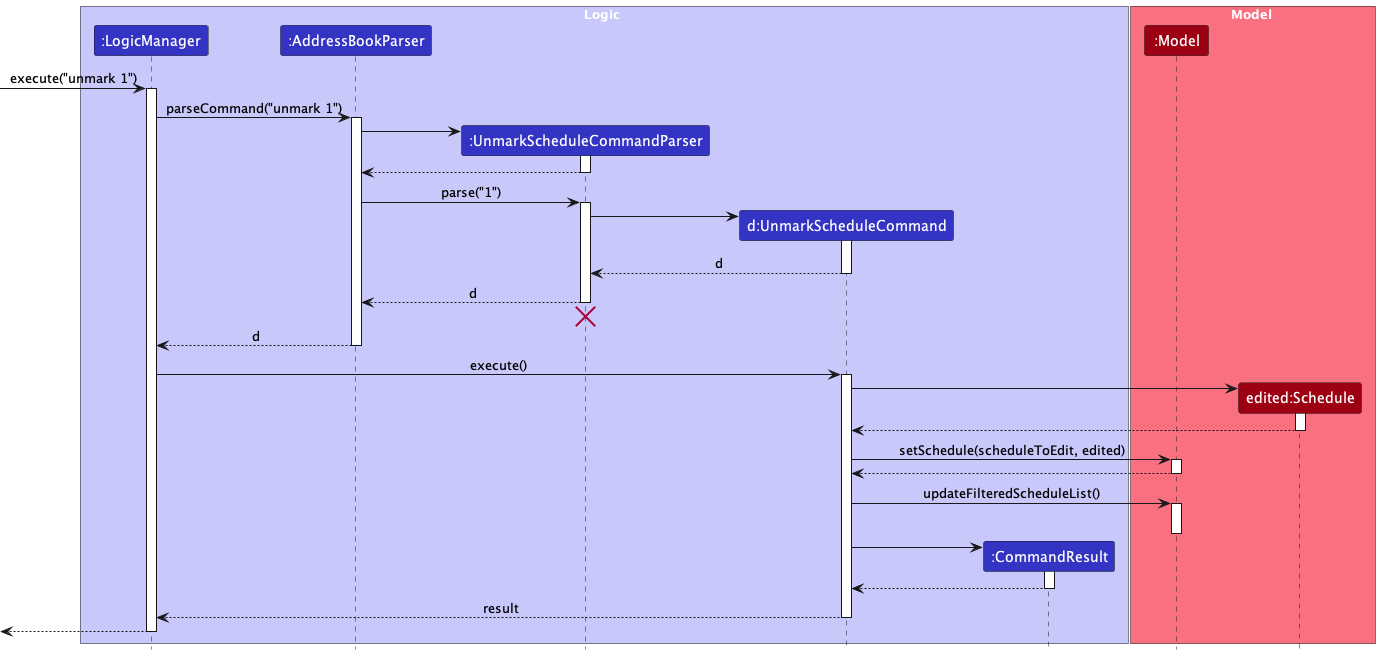
This is docs/images/UnmarkScheduleSequenceDiagram.png from nus-cs2103-AY2324S1/tp, a PlantUML export, as it was before one commit.
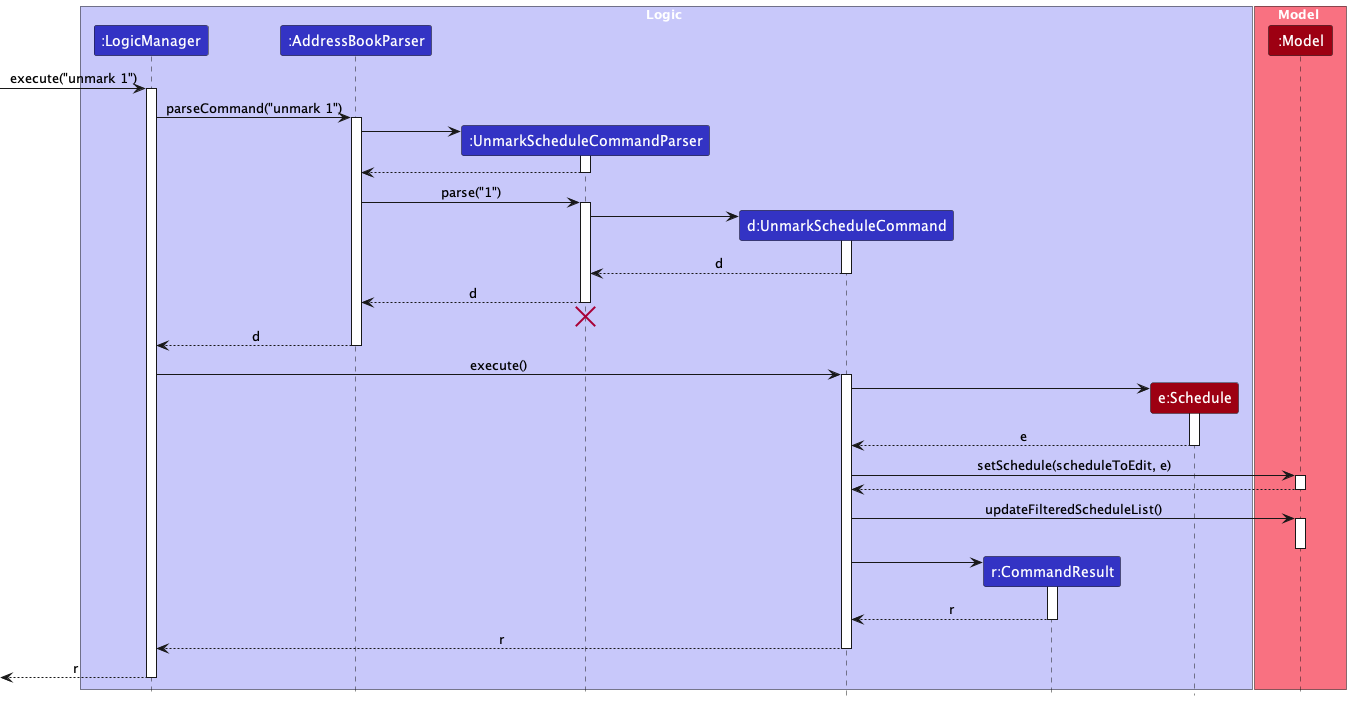
The same diagram one commit later.

What changed in the source:
```diff
@@ -7,12 +7,13 @@
 participant ":AddressBookParser" as AddressBookParser LOGIC_COLOR
 participant ":UnmarkScheduleCommandParser" as UnmarkScheduleCommandParser LOGIC_COLOR
 participant "d:UnmarkScheduleCommand" as UnmarkScheduleCommand LOGIC_COLOR
-participant ":CommandResult" as CommandResult LOGIC_COLOR
+participant "r:CommandResult" as CommandResult LOGIC_COLOR
+participant "e:Schedule" as EditedSchedule MODEL_COLOR
+
 end box
 
 box Model MODEL_COLOR_T1
 participant ":Model" as Model MODEL_COLOR
-participant "edited:Schedule" as EditedSchedule MODEL_COLOR
 end box
 
 [-> LogicManager : execute("unmark 1")
@@ -51,8 +52,8 @@
 
 create EditedSchedule
 UnmarkScheduleCommand -> EditedSchedule ++
-return
-UnmarkScheduleCommand -> Model ++ : setSchedule(scheduleToEdit, edited)
+return e
+UnmarkScheduleCommand -> Model ++ : setSchedule(scheduleToEdit, e)
 return
 UnmarkScheduleCommand -> Model ++ : updateFilteredScheduleList()
 deactivate Model
@@ -63,12 +64,12 @@
 UnmarkScheduleCommand -> CommandResult
 activate CommandResult
 
-CommandResult --> UnmarkScheduleCommand
+CommandResult --> UnmarkScheduleCommand: r
 deactivate CommandResult
 
-UnmarkScheduleCommand --> LogicManager : result
+UnmarkScheduleCommand --> LogicManager : r
 deactivate UnmarkScheduleCommand
 
-[<--LogicManager
+[<--LogicManager: r
 deactivate LogicManager
 @enduml
```
